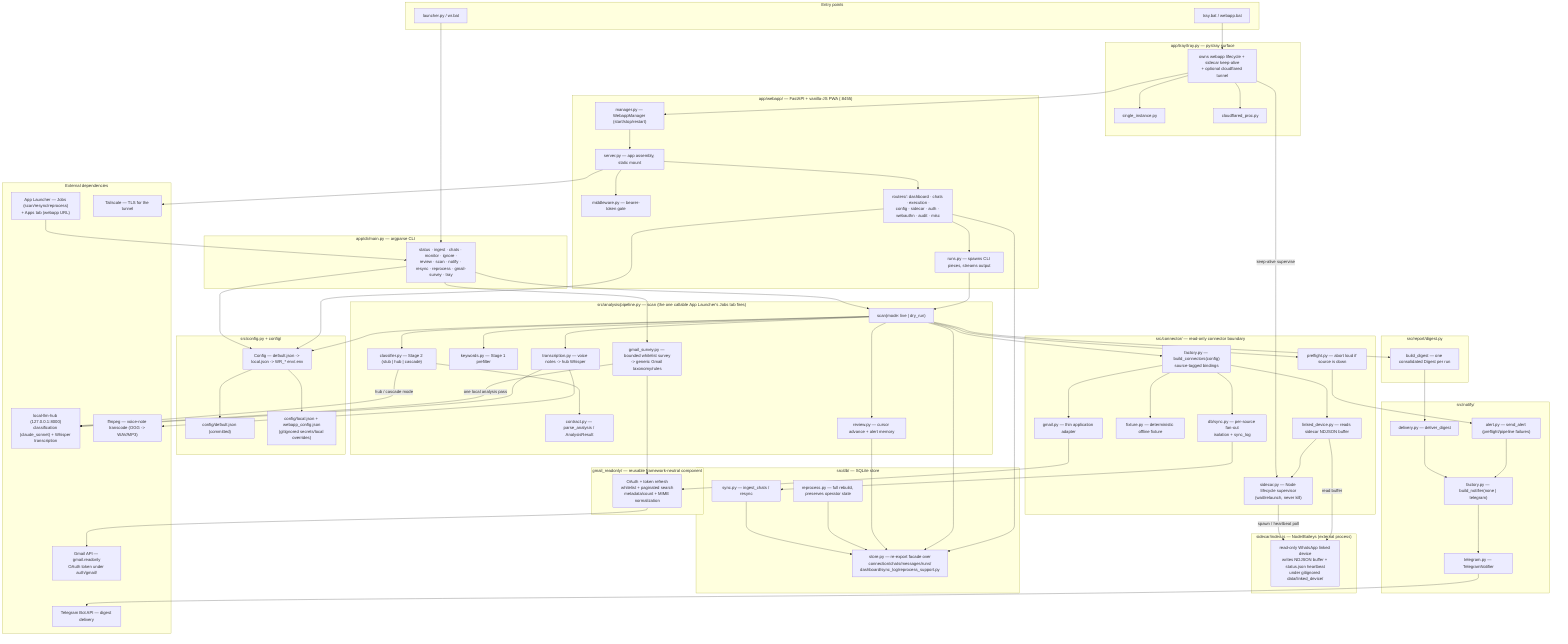
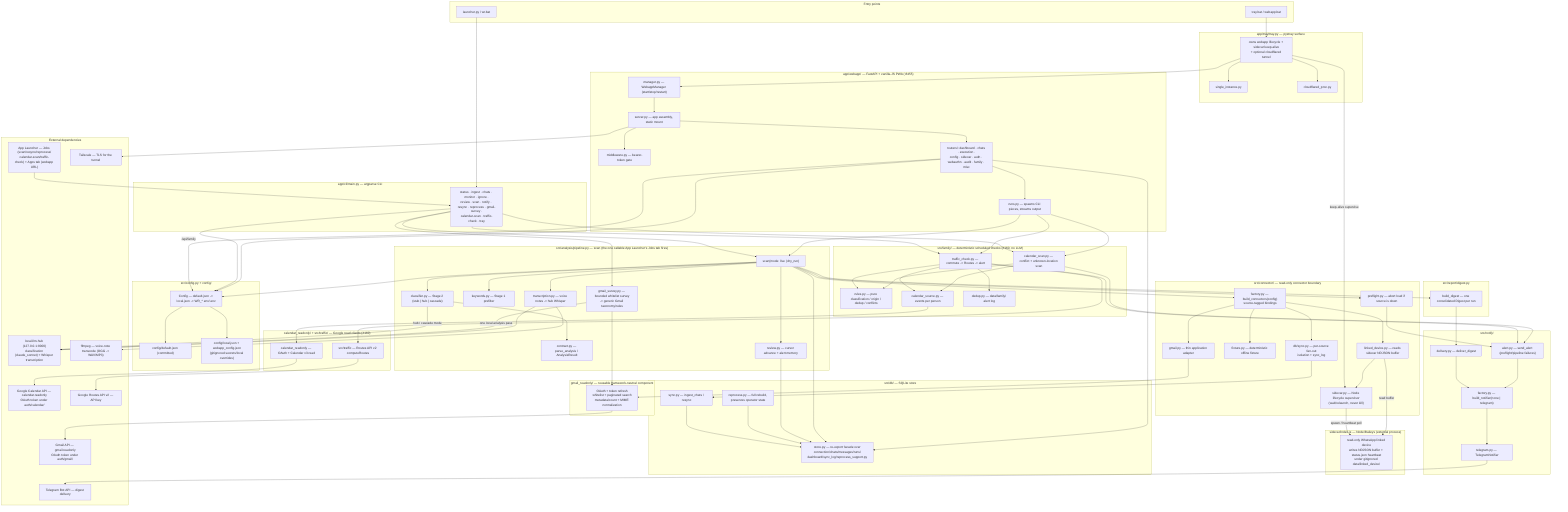
%% docs/architecture.mmd — whatsapp-radar's own internal structure.
%% Hand-authored, not generated (unlike fleet-config's mechanically-aggregated
%% fleet-wide `/system-map`) — this repo's own internal shape is semantic and
%% can't be crawled the same way. Update this diagram in the same PR as any
%% material structural change (a connector added, a pipeline stage moved, a
%% router split) — same anti-staleness contract as this repo's `.fleet.toml`
%% `description` field. See fleet-config's `CLAUDE.md` ("Every repo carries a
%% `.fleet.toml`") for the general convention (ferraroroberto/fleet-config#256).

flowchart TB
  subgraph entry["Entry points"]
    LAUNCHER["launcher.py / wr.bat"]
    TRAYBAT["tray.bat / webapp.bat"]
  end

  subgraph cli["app/cli/main.py — argparse CLI"]
-     CLICMDS["status · ingest · chats · monitor · ignore ·\nreview · scan · notify · resync · reprocess · gmail-survey · tray"]
+     CLICMDS["status · ingest · chats · monitor · ignore ·\nreview · scan · notify · resync · reprocess · gmail-survey ·\ncalendar-scan · traffic-check · tray"]
  end
  LAUNCHER --> CLICMDS

  subgraph tray["app/tray/tray.py — pystray surface"]
    TRAYPY["owns webapp lifecycle + sidecar keep-alive\n+ optional cloudflared tunnel"]
    SINGLEINST["single_instance.py"]
    CLOUDFLARED["cloudflared_proc.py"]
  end
  TRAYBAT --> TRAYPY
  TRAYPY --> SINGLEINST
  TRAYPY --> CLOUDFLARED

  subgraph webapp["app/webapp/ — FastAPI + vanilla-JS PWA (:8455)"]
    SERVER["server.py — app assembly, static mount"]
    MANAGER["manager.py — WebappManager (start/stop/restart)"]
    MIDDLEWARE["middleware.py — bearer-token gate"]
    RUNS["runs.py — spawns CLI pieces, streams output"]
-     ROUTERS["routers/: dashboard · chats · execution ·\nconfig · sidecar · auth · webauthn · audit · misc"]
+     ROUTERS["routers/: dashboard · chats · execution ·\nconfig · sidecar · auth · webauthn · audit · family · misc"]
  end
  TRAYPY --> MANAGER
  MANAGER --> SERVER
  SERVER --> MIDDLEWARE
  SERVER --> ROUTERS
  ROUTERS --> RUNS

  subgraph pipeline["src/analysis/pipeline.py — scan (the one callable App Launcher's Jobs tab fires)"]
    SCAN["scan(mode: live | dry_run)"]
    TRANSCRIBE["transcription.py — voice notes -> hub Whisper"]
    KEYWORDS["keywords.py — Stage 1 prefilter"]
    CLASSIFIER["classifier.py — Stage 2 (stub | hub | cascade)"]
    CONTRACT["contract.py — parse_analysis / AnalysisResult"]
    REVIEW["review.py — cursor advance + alert memory"]
    SURVEY["gmail_survey.py — bounded whitelist survey\n-> generic Gmail taxonomy/rules"]
  end
  CLICMDS --> SCAN
  RUNS --> SCAN
  SCAN --> TRANSCRIBE
  SCAN --> KEYWORDS
  SCAN --> CLASSIFIER
  CLASSIFIER --> CONTRACT
  SCAN --> REVIEW
  CLICMDS --> SURVEY

  subgraph connector["src/connector/ — read-only connector boundary"]
    CFACTORY["factory.py — build_connectors(config)\nsource-tagged bindings"]
    FANOUT["db/sync.py — per-source fan-out\nisolation + sync_log"]
    FIXTURE["fixture.py — deterministic offline fixture"]
    LINKED["linked_device.py — reads sidecar NDJSON buffer"]
    GMAIL["gmail.py — thin application adapter"]
    SIDECARPY["sidecar.py — Node lifecycle supervisor\n(wait/relaunch, never kill)"]
    PREFLIGHT["preflight.py — abort loud if source is down"]
  end
  SCAN --> CFACTORY
  CFACTORY --> FANOUT
  CFACTORY --> FIXTURE
  CFACTORY --> LINKED
  CFACTORY --> GMAIL
  SCAN --> PREFLIGHT
  TRAYPY -->|keep-alive supervise| SIDECARPY
  LINKED --> SIDECARPY

  subgraph gmailcore["gmail_readonly/ — reusable framework-neutral component"]
    GMAILCORE["OAuth + token refresh\nwhitelist + paginated search\nmetadata/count + MIME normalization"]
  end
  GMAIL --> GMAILCORE
  SURVEY --> GMAILCORE
+ 
+   subgraph family["src/family/ — deterministic scheduled checks (#160, no LLM)"]
+     FRULES["rules.py — pure classification / origin / dedup / conflicts"]
+     FTRAFFIC["traffic_check.py — commute -> Routes -> alert"]
+     FCAL["calendar_scan.py — conflict + unknown-location scan"]
+     FSOURCE["calendar_source.py — events per person"]
+     FDEDUP["dedup.py — data/family/ alert log"]
+   end
+   CLICMDS --> FTRAFFIC
+   CLICMDS --> FCAL
+   FTRAFFIC --> FRULES
+   FCAL --> FRULES
+   FTRAFFIC --> FSOURCE
+   FCAL --> FSOURCE
+   FTRAFFIC --> FDEDUP
+   FTRAFFIC --> ALERT
+   FCAL --> ALERT
+   ROUTERS -->|/api/family| CONFIGPY
+   RUNS --> FTRAFFIC
+   RUNS --> FCAL
+ 
+   subgraph calcore["calendar_readonly/ + src/traffic/ — Google read clients (#160)"]
+     CALCLIENT["calendar_readonly — OAuth + Calendar v3 read"]
+     ROUTESCLIENT["src/traffic — Routes API v2 computeRoutes"]
+   end
+   FSOURCE --> CALCLIENT
+   FTRAFFIC --> ROUTESCLIENT

  subgraph sidecarnode["sidecar/index.js — Node/Baileys (external process)"]
    BAILEYS["read-only WhatsApp linked device\nwrites NDJSON buffer + status.json heartbeat\nunder gitignored data/linked_device/"]
  end
  SIDECARPY -->|spawn / heartbeat poll| BAILEYS
  LINKED -->|read buffer| BAILEYS

  subgraph db["src/db/ — SQLite store"]
    STORE["store.py — re-export facade over\nconnection/chats/messages/runs/\ndashboard/sync_log/reprocess_support.py"]
    SYNC["sync.py — ingest_chats / resync"]
    REPROCESS["reprocess.py — full rebuild, preserves operator state"]
  end
  FANOUT --> SYNC
  SYNC --> STORE
  REPROCESS --> STORE
  REVIEW --> STORE
  SCAN --> STORE
  ROUTERS --> STORE

  subgraph report["src/report/digest.py"]
    DIGEST["build_digest — one consolidated Digest per run"]
  end
  SCAN --> DIGEST

  subgraph notify["src/notify/"]
    NFACTORY["factory.py — build_notifier(none | telegram)"]
    DELIVERY["delivery.py — deliver_digest"]
    ALERT["alert.py — send_alert (preflight/pipeline failures)"]
    TELEGRAM["telegram.py — TelegramNotifier"]
  end
  DIGEST --> DELIVERY
  DELIVERY --> NFACTORY
  NFACTORY --> TELEGRAM
  PREFLIGHT --> ALERT
  ALERT --> NFACTORY

  subgraph config["src/config.py + config/"]
    CONFIGPY["Config — default.json -> local.json -> WR_* env/.env"]
    DEFAULTJSON["config/default.json (committed)"]
    LOCALJSON["config/local.json + webapp_config.json\n(gitignored secrets/local overrides)"]
  end
  CLICMDS --> CONFIGPY
  SCAN --> CONFIGPY
  ROUTERS --> CONFIGPY
  CONFIGPY --> DEFAULTJSON
  CONFIGPY --> LOCALJSON

  subgraph ext["External dependencies"]
    HUB["local-llm-hub (127.0.0.1:8000)\nclassification (claude_sonnet) + Whisper transcription"]
    TELEGRAMAPI["Telegram Bot API — digest delivery"]
-     APPLAUNCHER["App Launcher — Jobs (scan/resync/reprocess)\n+ Apps tab (webapp URL)"]
+     APPLAUNCHER["App Launcher — Jobs (scan/resync/reprocess/\ncalendar-scan/traffic-check) + Apps tab (webapp URL)"]
    TAILSCALE["Tailscale — TLS for the tunnel"]
    FFMPEG["ffmpeg — voice-note transcode (OGG -> WAV/MP3)"]
    GMAILAPI["Gmail API — gmail.readonly\nOAuth token under auth/gmail/"]
+     CALAPI["Google Calendar API — calendar.readonly\nOAuth token under auth/calendar/"]
+     ROUTESAPI["Google Routes API v2 — API key"]
  end
  CLASSIFIER -->|hub / cascade mode| HUB
  SURVEY -->|one local analysis pass| HUB
  TRANSCRIBE --> HUB
  TELEGRAM --> TELEGRAMAPI
  APPLAUNCHER --> CLICMDS
  SERVER --> TAILSCALE
  TRANSCRIBE --> FFMPEG
  GMAILCORE --> GMAILAPI
+   CALCLIENT --> CALAPI
+   ROUTESCLIENT --> ROUTESAPI
